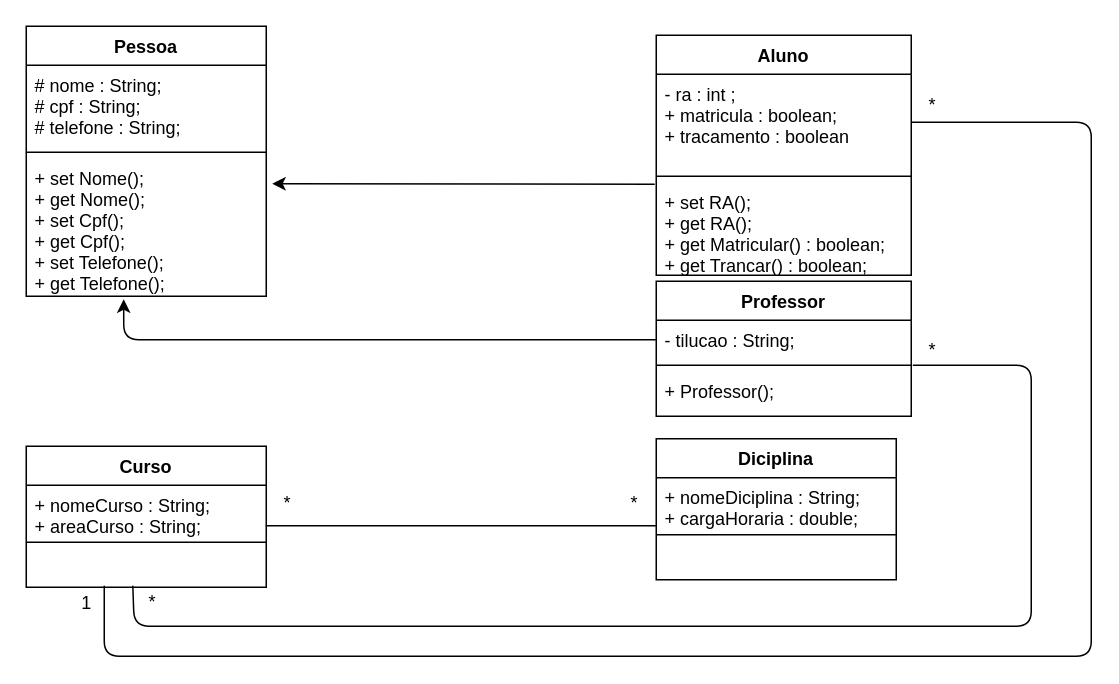
MichelleVieira/minas-programam keeps this draw.io diagram as Untitled Diagram.drawio. Above is the earlier version. Source tidied: cells renumbered, new cells numbered last; positions are measured from the earlier drawing's top-left corner, leaving out a move shared by most shapes. Both pictures are drawn from the tidied source at 150%, with x=0, y=0 at pixel (26, 26).
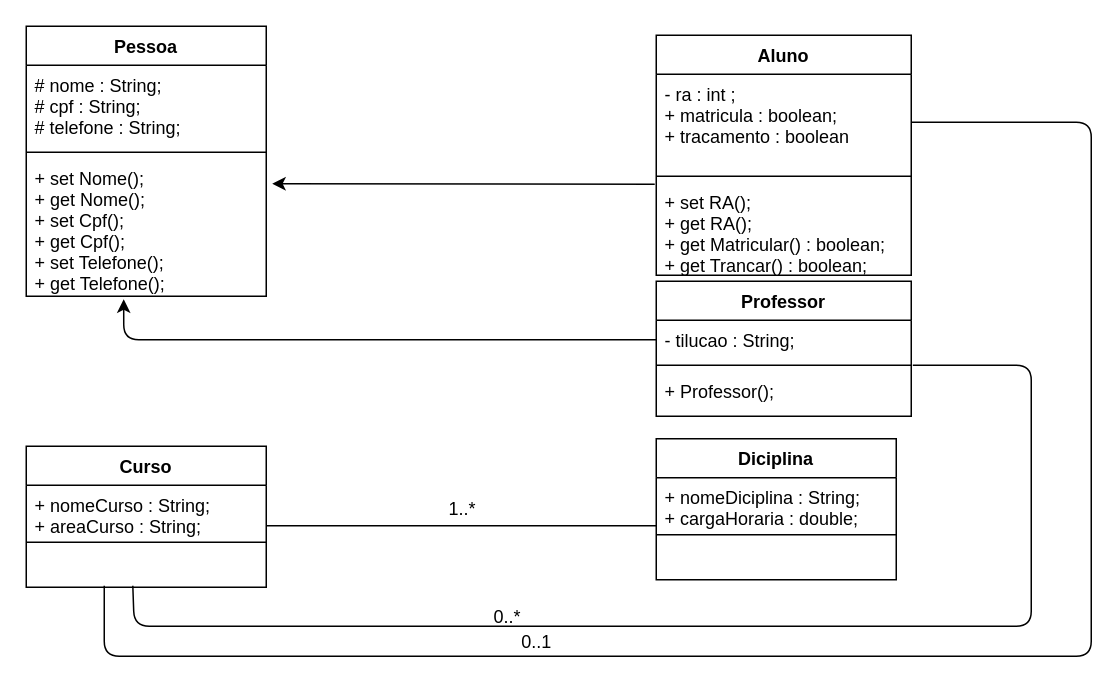
Above is the later version.

Unchanged cells that the change refers to:
```xml
<mxCell id="26" style="endArrow=none;html=1;entryX=0.325;entryY=0.962;entryDx=0;entryDy=0;entryPerimeter=0;exitX=1;exitY=0.5;exitDx=0;exitDy=0;" parent="1" edge="1" source="3" target="19">
  <mxGeometry relative="1" as="geometry">
    <Array as="points">
      <mxPoint x="710" y="64" />
      <mxPoint x="710" y="420" />
      <mxPoint x="340" y="420" />
      <mxPoint x="52" y="420" />
    </Array>
  </mxGeometry>
</mxCell>
```

The edit, as a diff of the source:
```diff
@@
-    <mxCell id="27" value="1" style="text;html=1;align=center;verticalAlign=middle;labelBackgroundColor=#ffffff;" parent="26" vertex="1">
+    <mxCell id="27" value="0..1" style="text;html=1;align=center;verticalAlign=middle;labelBackgroundColor=#ffffff;" parent="26" vertex="1">
       <mxGeometry x="0.4" y="4" relative="1" as="geometry">
-        <mxPoint x="-320" y="-40" as="offset" />
+        <mxPoint x="-20" y="-14" as="offset" />
       </mxGeometry>
     </mxCell>
-    <mxCell id="28" value="*&amp;nbsp; &amp;nbsp; &amp;nbsp; &amp;nbsp; &amp;nbsp; &amp;nbsp; &amp;nbsp; &amp;nbsp; &amp;nbsp; &amp;nbsp; &amp;nbsp; &amp;nbsp; &amp;nbsp; &amp;nbsp; &amp;nbsp; &amp;nbsp; &amp;nbsp; &amp;nbsp; &amp;nbsp; &amp;nbsp; &amp;nbsp; &amp;nbsp; &amp;nbsp; &amp;nbsp; &amp;nbsp; &amp;nbsp; &amp;nbsp; &amp;nbsp; &amp;nbsp; &amp;nbsp; &amp;nbsp; &amp;nbsp; &amp;nbsp; &amp;nbsp; *" style="text;html=1;align=left;verticalAlign=top;spacingTop=-4;" parent="1" vertex="1">
-      <mxGeometry x="170" y="308" width="250" height="20" as="geometry" />
-    </mxCell>
-    <mxCell id="29" value="*" style="text;html=1;align=left;verticalAlign=top;spacingTop=-4;" parent="1" vertex="1">
-      <mxGeometry x="600" y="206" width="20" height="20" as="geometry" />
-    </mxCell>
-    <mxCell id="30" value="*" style="text;html=1;align=left;verticalAlign=top;spacingTop=-4;" parent="1" vertex="1">
-      <mxGeometry x="80" y="374" width="20" height="20" as="geometry" />
+    <mxCell id="30" value="0..*" style="text;html=1;align=left;verticalAlign=top;spacingTop=-4;" parent="1" vertex="1">
+      <mxGeometry x="310" y="384" width="30" height="20" as="geometry" />
     </mxCell>
-    <mxCell id="31" value="*" style="text;html=1;align=left;verticalAlign=top;spacingTop=-4;" parent="1" vertex="1">
-      <mxGeometry x="600" y="43" width="20" height="20" as="geometry" />
-    </mxCell>
+    <mxCell id="32" value="1..*" style="text;html=1;align=left;verticalAlign=top;spacingTop=-4;" parent="1" vertex="1">
+      <mxGeometry x="280" y="312" width="30" height="20" as="geometry" />
+    </mxCell>
```
